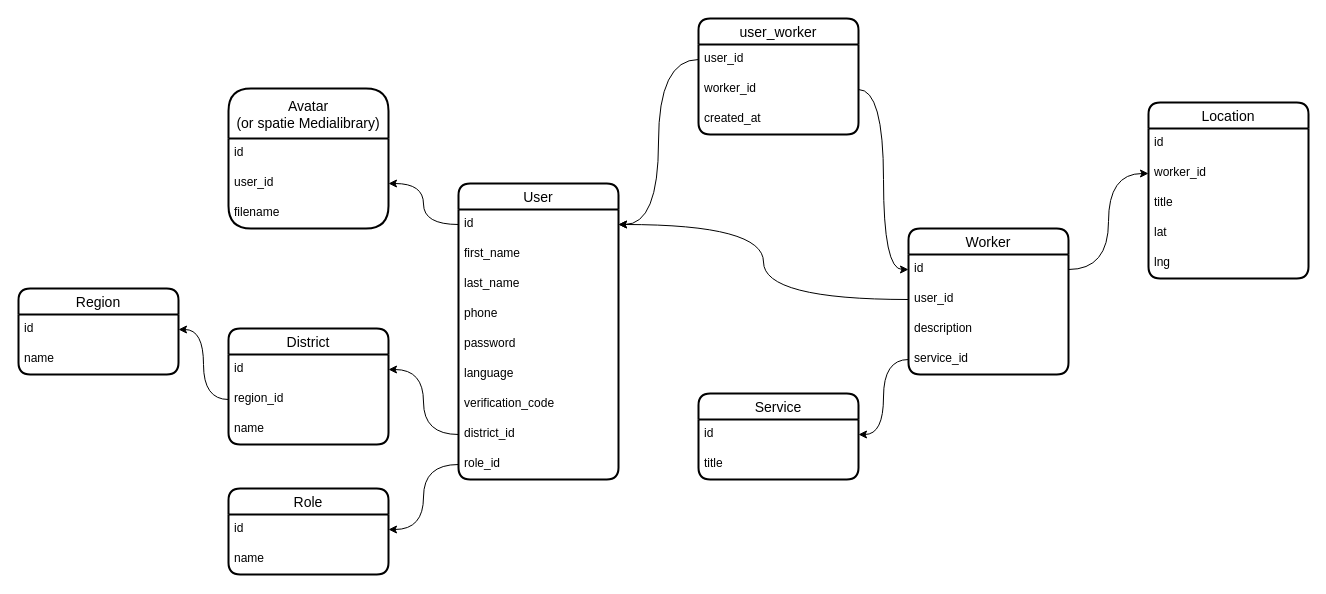
This is karsoft-worker.drawio from iztileuoff/databases, a draw.io file, before an edit. Source tidied: cells renumbered, new cells numbered last; positions are measured from the earlier drawing's top-left corner, leaving out a move shared by most shapes. Both pictures are drawn from the tidied source at 100%, with x=0, y=0 at pixel (18, 18).
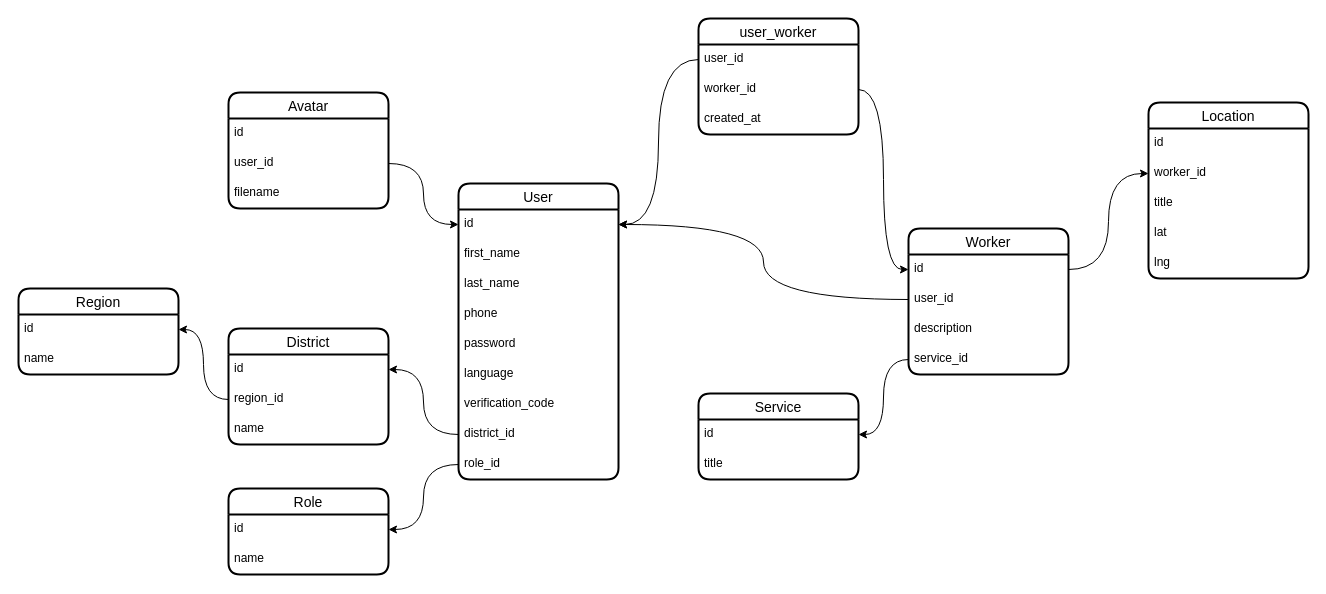
After the change.

The change refers to these unchanged cells:
```xml
<mxCell id="3" value="id" style="text;strokeColor=none;fillColor=none;spacingLeft=4;spacingRight=4;overflow=hidden;points=[[0,0.5],[1,0.5]];portConstraint=eastwest;fontSize=12;whiteSpace=wrap;html=1;" parent="2" vertex="1">
  <mxGeometry y="26" width="160" height="30" as="geometry" />
</mxCell>
```

Change to the diagram source:
```diff
@@
-    <mxCell id="48" value="Avatar &#10;(or spatie Medialibrary)" style="swimlane;fontStyle=0;horizontal=1;startSize=50;align=center;fontSize=14;strokeWidth=2;rounded=1;shadow=0;glass=0;swimlaneLine=1;" parent="1" vertex="1">
-      <mxGeometry x="210" y="70" width="160" height="140" as="geometry" />
-    </mxCell>
+    <mxCell id="53" value="Avatar" style="swimlane;fontStyle=0;horizontal=1;startSize=26;align=center;fontSize=14;strokeWidth=2;rounded=1;shadow=0;glass=0;swimlaneLine=1;" parent="1" vertex="1">
+      <mxGeometry x="210" y="74" width="160" height="116" as="geometry" />
+    </mxCell>
-    <mxCell id="49" value="id" style="text;strokeColor=none;fillColor=none;spacingLeft=4;spacingRight=4;overflow=hidden;fontSize=12;whiteSpace=wrap;html=1;" parent="48" vertex="1">
-      <mxGeometry y="50" width="160" height="30" as="geometry" />
+    <mxCell id="49" value="id" style="text;strokeColor=none;fillColor=none;spacingLeft=4;spacingRight=4;overflow=hidden;fontSize=12;whiteSpace=wrap;html=1;" parent="53" vertex="1">
+      <mxGeometry y="26" width="160" height="30" as="geometry" />
     </mxCell>
-    <mxCell id="50" value="user_id" style="text;strokeColor=none;fillColor=none;spacingLeft=4;spacingRight=4;overflow=hidden;points=[[0,0.5],[1,0.5]];portConstraint=eastwest;fontSize=12;whiteSpace=wrap;html=1;" parent="48" vertex="1">
-      <mxGeometry y="80" width="160" height="30" as="geometry" />
+    <mxCell id="50" value="user_id" style="text;strokeColor=none;fillColor=none;spacingLeft=4;spacingRight=4;overflow=hidden;points=[[0,0.5],[1,0.5]];portConstraint=eastwest;fontSize=12;whiteSpace=wrap;html=1;" parent="53" vertex="1">
+      <mxGeometry y="56" width="160" height="30" as="geometry" />
     </mxCell>
-    <mxCell id="51" value="filename" style="text;strokeColor=none;fillColor=none;spacingLeft=4;spacingRight=4;overflow=hidden;fontSize=12;whiteSpace=wrap;html=1;" parent="48" vertex="1">
-      <mxGeometry y="110" width="160" height="30" as="geometry" />
+    <mxCell id="51" value="filename" style="text;strokeColor=none;fillColor=none;spacingLeft=4;spacingRight=4;overflow=hidden;fontSize=12;whiteSpace=wrap;html=1;" parent="53" vertex="1">
+      <mxGeometry y="86" width="160" height="30" as="geometry" />
     </mxCell>
-    <mxCell id="52" style="edgeStyle=orthogonalEdgeStyle;rounded=0;jettySize=auto;html=1;entryX=1;entryY=0.5;entryDx=0;entryDy=0;curved=1;" parent="1" edge="1" source="3" target="50">
-      <mxGeometry relative="1" as="geometry" />
-    </mxCell>
+    <mxCell id="54" style="edgeStyle=orthogonalEdgeStyle;rounded=0;jettySize=auto;html=1;entryX=0;entryY=0.5;entryDx=0;entryDy=0;curved=1;" parent="1" edge="1" source="50" target="3">
+      <mxGeometry relative="1" as="geometry" />
+    </mxCell>
```
